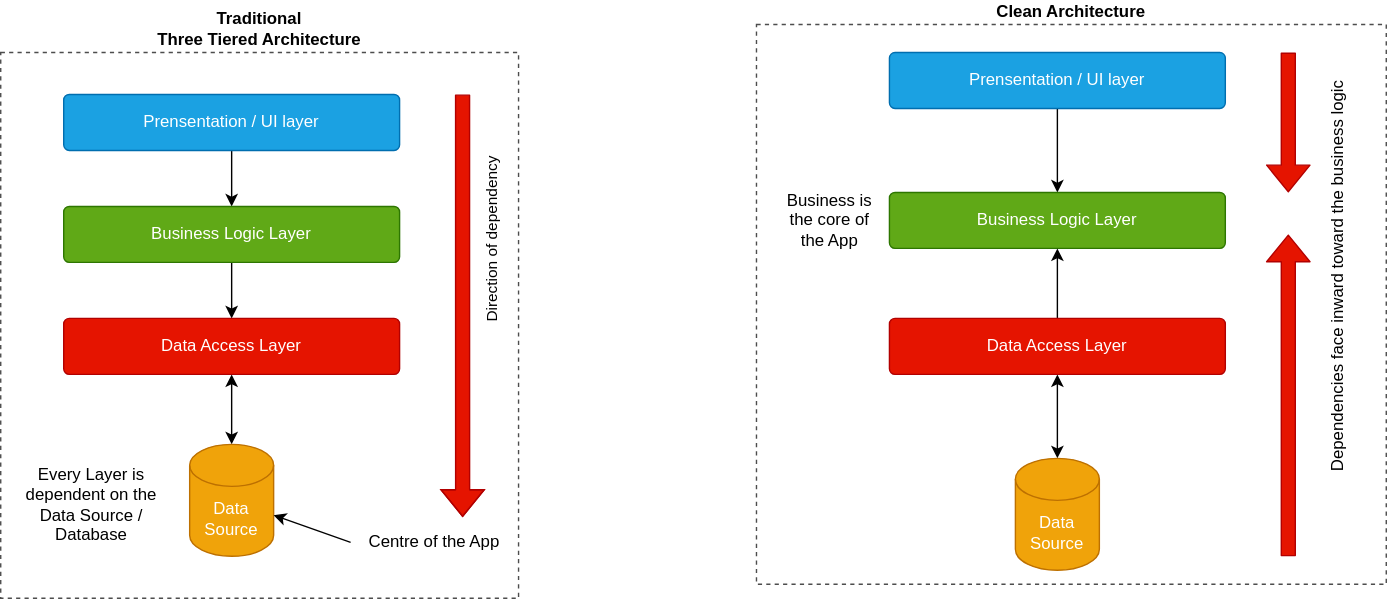
D-BowdreyR/ORRAS keeps this draw.io diagram as docs/technicaldocs/diagrams/Architecture/CleanArch_Narch_Comparision.drawio.svg. Above is the earlier version. Source tidied: cells renumbered, new cells last; positions are measured from the earlier drawing's top-left corner, leaving out a move shared by most shapes. The source it was exported from:
```xml
<mxGraphModel background="#ffffff">
  <root>
    <mxCell id="0" />
    <mxCell id="1" parent="0" />
    <mxCell id="2" value="Clean Architecture" style="rounded=0;whiteSpace=wrap;html=1;fillColor=none;strokeColor=#4D4D4D;dashed=1;fontColor=#000000;labelPosition=center;verticalLabelPosition=top;align=center;verticalAlign=bottom;fontStyle=1;" parent="1" vertex="1">
      <mxGeometry x="540" width="450" height="400" as="geometry" />
    </mxCell>
    <mxCell id="3" value="Traditional &lt;br&gt;Three Tiered Architecture" style="rounded=0;whiteSpace=wrap;html=1;fillColor=none;strokeColor=#4D4D4D;dashed=1;fontColor=#000000;labelPosition=center;verticalLabelPosition=top;align=center;verticalAlign=bottom;fontStyle=1;" parent="1" vertex="1">
      <mxGeometry y="20" width="370" height="390" as="geometry" />
    </mxCell>
    <mxCell id="4" style="edgeStyle=orthogonalEdgeStyle;rounded=0;jettySize=auto;html=1;strokeColor=#000000;fontColor=#000000;" parent="1" edge="1" source="5" target="7">
      <mxGeometry relative="1" as="geometry" />
    </mxCell>
    <mxCell id="5" value="Prensentation / UI layer" style="rounded=1;arcSize=10;whiteSpace=wrap;html=1;align=center;fillColor=#1ba1e2;strokeColor=#006EAF;fontColor=#ffffff;" parent="1" vertex="1">
      <mxGeometry x="45" y="50" width="240" height="40" as="geometry" />
    </mxCell>
    <mxCell id="6" style="edgeStyle=orthogonalEdgeStyle;rounded=0;jettySize=auto;html=1;strokeColor=#000000;fontColor=#000000;" parent="1" edge="1" source="7" target="9">
      <mxGeometry relative="1" as="geometry" />
    </mxCell>
    <mxCell id="7" value="Business Logic Layer" style="rounded=1;arcSize=10;whiteSpace=wrap;html=1;align=center;fillColor=#60a917;strokeColor=#2D7600;fontColor=#ffffff;" parent="1" vertex="1">
      <mxGeometry x="45" y="130" width="240" height="40" as="geometry" />
    </mxCell>
    <mxCell id="8" style="edgeStyle=orthogonalEdgeStyle;rounded=0;jettySize=auto;html=1;exitX=0.5;exitY=1;exitDx=0;exitDy=0;entryX=0.5;entryY=0;entryDx=0;entryDy=0;entryPerimeter=0;fontColor=#000000;strokeColor=#000000;startArrow=classic;startFill=1;" parent="1" edge="1" source="9" target="10">
      <mxGeometry relative="1" as="geometry" />
    </mxCell>
    <mxCell id="9" value="Data Access Layer" style="rounded=1;arcSize=10;whiteSpace=wrap;html=1;align=center;fillColor=#e51400;strokeColor=#B20000;fontColor=#ffffff;" parent="1" vertex="1">
      <mxGeometry x="45" y="210" width="240" height="40" as="geometry" />
    </mxCell>
    <mxCell id="10" value="Data Source" style="shape=cylinder3;whiteSpace=wrap;html=1;boundedLbl=1;backgroundOutline=1;size=15;strokeColor=#BD7000;fillColor=#f0a30a;fontColor=#ffffff;" parent="1" vertex="1">
      <mxGeometry x="135" y="300" width="60" height="80" as="geometry" />
    </mxCell>
    <mxCell id="11" style="shape=flexArrow;endArrow=classic;html=1;strokeColor=#B20000;fontColor=#000000;entryX=0.892;entryY=0.851;entryDx=0;entryDy=0;entryPerimeter=0;fillColor=#e51400;" parent="1" edge="1" target="3">
      <mxGeometry relative="1" as="geometry">
        <mxPoint x="330" y="50" as="sourcePoint" />
        <Array as="points">
          <mxPoint x="330" y="175" />
        </Array>
      </mxGeometry>
    </mxCell>
    <mxCell id="12" value="Direction of dependency" style="edgeLabel;html=1;align=center;verticalAlign=middle;fontColor=#000000;labelBackgroundColor=#ffffff;horizontal=0;" parent="11" vertex="1">
      <mxGeometry x="-0.29" y="-5" relative="1" as="geometry">
        <mxPoint x="25" y="-4" as="offset" />
      </mxGeometry>
    </mxCell>
    <mxCell id="13" value="Every Layer is dependent on the Data Source / Database" style="text;html=1;strokeColor=none;fillColor=none;align=center;verticalAlign=middle;whiteSpace=wrap;rounded=0;fontColor=#000000;" parent="1" vertex="1">
      <mxGeometry x="10" y="300" width="110" height="85" as="geometry" />
    </mxCell>
    <mxCell id="14" style="rounded=0;jettySize=auto;html=1;exitX=0;exitY=0.5;exitDx=0;exitDy=0;strokeColor=#000000;fillColor=#ffffff;fontColor=#000000;" parent="1" edge="1" source="15" target="10">
      <mxGeometry relative="1" as="geometry" />
    </mxCell>
    <mxCell id="15" value="Centre of the App" style="text;html=1;strokeColor=none;fillColor=none;align=center;verticalAlign=middle;whiteSpace=wrap;rounded=0;fontColor=#000000;" parent="1" vertex="1">
      <mxGeometry x="250" y="360" width="120" height="20" as="geometry" />
    </mxCell>
    <mxCell id="16" style="edgeStyle=orthogonalEdgeStyle;rounded=0;jettySize=auto;html=1;strokeColor=#000000;fontColor=#000000;" parent="1" edge="1" source="17" target="18">
      <mxGeometry relative="1" as="geometry" />
    </mxCell>
    <mxCell id="17" value="Prensentation / UI layer" style="rounded=1;arcSize=10;whiteSpace=wrap;html=1;align=center;fillColor=#1ba1e2;strokeColor=#006EAF;fontColor=#ffffff;" parent="1" vertex="1">
      <mxGeometry x="635" y="20" width="240" height="40" as="geometry" />
    </mxCell>
    <mxCell id="18" value="Business Logic Layer" style="rounded=1;arcSize=10;whiteSpace=wrap;html=1;align=center;fillColor=#60a917;strokeColor=#2D7600;fontColor=#ffffff;" parent="1" vertex="1">
      <mxGeometry x="635" y="120" width="240" height="40" as="geometry" />
    </mxCell>
    <mxCell id="19" style="edgeStyle=orthogonalEdgeStyle;rounded=0;jettySize=auto;html=1;exitX=0.5;exitY=1;exitDx=0;exitDy=0;entryX=0.5;entryY=0;entryDx=0;entryDy=0;entryPerimeter=0;fontColor=#000000;strokeColor=#000000;startArrow=classic;startFill=1;" parent="1" edge="1" source="21" target="22">
      <mxGeometry relative="1" as="geometry" />
    </mxCell>
    <mxCell id="20" style="edgeStyle=none;rounded=0;jettySize=auto;html=1;exitX=0.5;exitY=0;exitDx=0;exitDy=0;entryX=0.5;entryY=1;entryDx=0;entryDy=0;strokeColor=#000000;fillColor=#ffffff;fontColor=#000000;" parent="1" edge="1" source="21" target="18">
      <mxGeometry relative="1" as="geometry" />
    </mxCell>
    <mxCell id="21" value="Data Access Layer" style="rounded=1;arcSize=10;whiteSpace=wrap;html=1;align=center;fillColor=#e51400;strokeColor=#B20000;fontColor=#ffffff;" parent="1" vertex="1">
      <mxGeometry x="635" y="210" width="240" height="40" as="geometry" />
    </mxCell>
    <mxCell id="22" value="Data Source" style="shape=cylinder3;whiteSpace=wrap;html=1;boundedLbl=1;backgroundOutline=1;size=15;strokeColor=#BD7000;fillColor=#f0a30a;fontColor=#ffffff;" parent="1" vertex="1">
      <mxGeometry x="725" y="310" width="60" height="80" as="geometry" />
    </mxCell>
    <mxCell id="23" style="shape=flexArrow;endArrow=classic;html=1;strokeColor=#B20000;fillColor=#e51400;fontColor=#000000;" parent="1" edge="1">
      <mxGeometry relative="1" as="geometry">
        <mxPoint x="920" y="380" as="sourcePoint" />
        <mxPoint x="920" y="150" as="targetPoint" />
      </mxGeometry>
    </mxCell>
    <mxCell id="24" style="shape=flexArrow;endArrow=classic;html=1;strokeColor=#B20000;fillColor=#e51400;fontColor=#000000;" parent="1" edge="1">
      <mxGeometry relative="1" as="geometry">
        <mxPoint x="920" y="20" as="sourcePoint" />
        <mxPoint x="920" y="120" as="targetPoint" />
      </mxGeometry>
    </mxCell>
    <mxCell id="25" value="Business is the core of the App" style="text;html=1;strokeColor=none;fillColor=none;align=center;verticalAlign=middle;whiteSpace=wrap;rounded=0;labelBackgroundColor=#ffffff;fontColor=#000000;" parent="1" vertex="1">
      <mxGeometry x="560" y="110" width="65" height="60" as="geometry" />
    </mxCell>
    <mxCell id="26" value="Dependencies face inward toward the business logic" style="text;html=1;strokeColor=none;fillColor=none;align=center;verticalAlign=middle;whiteSpace=wrap;rounded=0;labelBackgroundColor=#ffffff;fontColor=#000000;rotation=-90;" parent="1" vertex="1">
      <mxGeometry x="780" y="160" width="351.9" height="40" as="geometry" />
    </mxCell>
  </root>
</mxGraphModel>
```
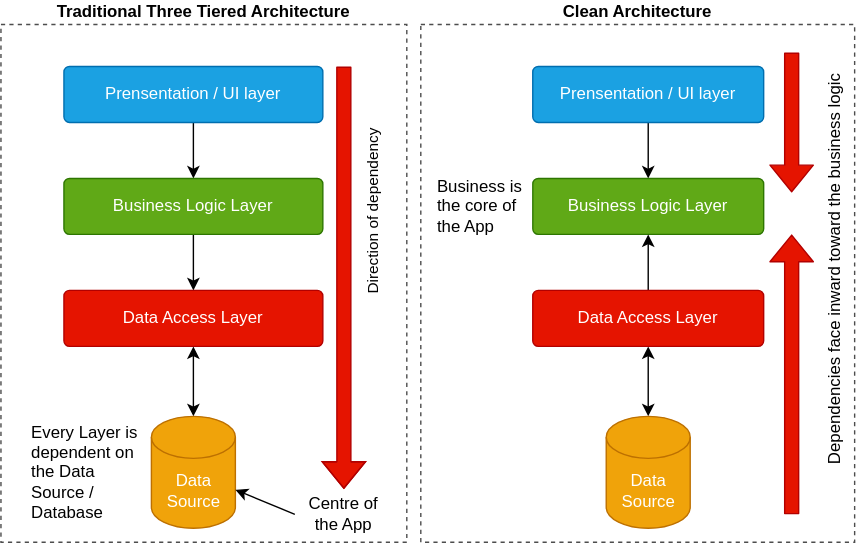
After the commit.

Commit message:
adjustments to layout of architecture diagrams

What changed in the source:
```diff
@@ -3,37 +3,38 @@
     <mxCell id="0" />
     <mxCell id="1" parent="0" />
     <mxCell id="2" value="Clean Architecture" style="rounded=0;whiteSpace=wrap;html=1;fillColor=none;strokeColor=#4D4D4D;dashed=1;fontColor=#000000;labelPosition=center;verticalLabelPosition=top;align=center;verticalAlign=bottom;fontStyle=1;" parent="1" vertex="1">
-      <mxGeometry x="540" width="450" height="400" as="geometry" />
+      <mxGeometry x="300" y="20" width="310" height="370" as="geometry" />
     </mxCell>
-    <mxCell id="3" value="Traditional &lt;br&gt;Three Tiered Architecture" style="rounded=0;whiteSpace=wrap;html=1;fillColor=none;strokeColor=#4D4D4D;dashed=1;fontColor=#000000;labelPosition=center;verticalLabelPosition=top;align=center;verticalAlign=bottom;fontStyle=1;" parent="1" vertex="1">
-      <mxGeometry y="20" width="370" height="390" as="geometry" />
+    <mxCell id="3" value="Traditional Three Tiered Architecture" style="rounded=0;whiteSpace=wrap;html=1;fillColor=none;strokeColor=#4D4D4D;dashed=1;fontColor=#000000;labelPosition=center;verticalLabelPosition=top;align=center;verticalAlign=bottom;fontStyle=1;" parent="1" vertex="1">
+      <mxGeometry y="20" width="290" height="370" as="geometry" />
     </mxCell>
     <mxCell id="4" style="edgeStyle=orthogonalEdgeStyle;rounded=0;jettySize=auto;html=1;strokeColor=#000000;fontColor=#000000;" parent="1" edge="1" source="5" target="7">
       <mxGeometry relative="1" as="geometry" />
     </mxCell>
     <mxCell id="5" value="Prensentation / UI layer" style="rounded=1;arcSize=10;whiteSpace=wrap;html=1;align=center;fillColor=#1ba1e2;strokeColor=#006EAF;fontColor=#ffffff;" parent="1" vertex="1">
-      <mxGeometry x="45" y="50" width="240" height="40" as="geometry" />
+      <mxGeometry x="45" y="50" width="185" height="40" as="geometry" />
     </mxCell>
     <mxCell id="6" style="edgeStyle=orthogonalEdgeStyle;rounded=0;jettySize=auto;html=1;strokeColor=#000000;fontColor=#000000;" parent="1" edge="1" source="7" target="9">
       <mxGeometry relative="1" as="geometry" />
     </mxCell>
     <mxCell id="7" value="Business Logic Layer" style="rounded=1;arcSize=10;whiteSpace=wrap;html=1;align=center;fillColor=#60a917;strokeColor=#2D7600;fontColor=#ffffff;" parent="1" vertex="1">
-      <mxGeometry x="45" y="130" width="240" height="40" as="geometry" />
+      <mxGeometry x="45" y="130" width="185" height="40" as="geometry" />
     </mxCell>
     <mxCell id="8" style="edgeStyle=orthogonalEdgeStyle;rounded=0;jettySize=auto;html=1;exitX=0.5;exitY=1;exitDx=0;exitDy=0;entryX=0.5;entryY=0;entryDx=0;entryDy=0;entryPerimeter=0;fontColor=#000000;strokeColor=#000000;startArrow=classic;startFill=1;" parent="1" edge="1" source="9" target="10">
       <mxGeometry relative="1" as="geometry" />
     </mxCell>
     <mxCell id="9" value="Data Access Layer" style="rounded=1;arcSize=10;whiteSpace=wrap;html=1;align=center;fillColor=#e51400;strokeColor=#B20000;fontColor=#ffffff;" parent="1" vertex="1">
-      <mxGeometry x="45" y="210" width="240" height="40" as="geometry" />
+      <mxGeometry x="45" y="210" width="185" height="40" as="geometry" />
     </mxCell>
     <mxCell id="10" value="Data Source" style="shape=cylinder3;whiteSpace=wrap;html=1;boundedLbl=1;backgroundOutline=1;size=15;strokeColor=#BD7000;fillColor=#f0a30a;fontColor=#ffffff;" parent="1" vertex="1">
-      <mxGeometry x="135" y="300" width="60" height="80" as="geometry" />
+      <mxGeometry x="107.5" y="300" width="60" height="80" as="geometry" />
     </mxCell>
-    <mxCell id="11" style="shape=flexArrow;endArrow=classic;html=1;strokeColor=#B20000;fontColor=#000000;entryX=0.892;entryY=0.851;entryDx=0;entryDy=0;entryPerimeter=0;fillColor=#e51400;" parent="1" edge="1" target="3">
+    <mxCell id="11" style="shape=flexArrow;endArrow=classic;html=1;strokeColor=#B20000;fontColor=#000000;entryX=0.892;entryY=0.851;entryDx=0;entryDy=0;entryPerimeter=0;fillColor=#e51400;" parent="1" edge="1">
       <mxGeometry relative="1" as="geometry">
-        <mxPoint x="330" y="50" as="sourcePoint" />
+        <mxPoint x="245" y="50" as="sourcePoint" />
+        <mxPoint x="245" y="351.9" as="targetPoint" />
         <Array as="points">
-          <mxPoint x="330" y="175" />
+          <mxPoint x="245" y="175" />
         </Array>
       </mxGeometry>
     </mxCell>
@@ -42,23 +43,23 @@
         <mxPoint x="25" y="-4" as="offset" />
       </mxGeometry>
     </mxCell>
-    <mxCell id="13" value="Every Layer is dependent on the Data Source / Database" style="text;html=1;strokeColor=none;fillColor=none;align=center;verticalAlign=middle;whiteSpace=wrap;rounded=0;fontColor=#000000;" parent="1" vertex="1">
-      <mxGeometry x="10" y="300" width="110" height="85" as="geometry" />
+    <mxCell id="13" value="Every Layer is dependent on the Data Source / Database" style="text;html=1;strokeColor=none;fillColor=none;align=left;verticalAlign=middle;whiteSpace=wrap;rounded=0;fontColor=#000000;" parent="1" vertex="1">
+      <mxGeometry x="20" y="300" width="80" height="80" as="geometry" />
     </mxCell>
-    <mxCell id="14" style="rounded=0;jettySize=auto;html=1;exitX=0;exitY=0.5;exitDx=0;exitDy=0;strokeColor=#000000;fillColor=#ffffff;fontColor=#000000;" parent="1" edge="1" source="15" target="10">
+    <mxCell id="14" style="rounded=0;jettySize=auto;html=1;exitX=0;exitY=0.5;exitDx=0;exitDy=0;strokeColor=#000000;fillColor=#ffffff;fontColor=#000000;entryX=1;entryY=0;entryDx=0;entryDy=52.5;entryPerimeter=0;" parent="1" edge="1" source="15" target="10">
       <mxGeometry relative="1" as="geometry" />
     </mxCell>
     <mxCell id="15" value="Centre of the App" style="text;html=1;strokeColor=none;fillColor=none;align=center;verticalAlign=middle;whiteSpace=wrap;rounded=0;fontColor=#000000;" parent="1" vertex="1">
-      <mxGeometry x="250" y="360" width="120" height="20" as="geometry" />
+      <mxGeometry x="210" y="360" width="70" height="20" as="geometry" />
     </mxCell>
     <mxCell id="16" style="edgeStyle=orthogonalEdgeStyle;rounded=0;jettySize=auto;html=1;strokeColor=#000000;fontColor=#000000;" parent="1" edge="1" source="17" target="18">
       <mxGeometry relative="1" as="geometry" />
     </mxCell>
     <mxCell id="17" value="Prensentation / UI layer" style="rounded=1;arcSize=10;whiteSpace=wrap;html=1;align=center;fillColor=#1ba1e2;strokeColor=#006EAF;fontColor=#ffffff;" parent="1" vertex="1">
-      <mxGeometry x="635" y="20" width="240" height="40" as="geometry" />
+      <mxGeometry x="380" y="50" width="165" height="40" as="geometry" />
     </mxCell>
     <mxCell id="18" value="Business Logic Layer" style="rounded=1;arcSize=10;whiteSpace=wrap;html=1;align=center;fillColor=#60a917;strokeColor=#2D7600;fontColor=#ffffff;" parent="1" vertex="1">
-      <mxGeometry x="635" y="120" width="240" height="40" as="geometry" />
+      <mxGeometry x="380" y="130" width="165" height="40" as="geometry" />
     </mxCell>
     <mxCell id="19" style="edgeStyle=orthogonalEdgeStyle;rounded=0;jettySize=auto;html=1;exitX=0.5;exitY=1;exitDx=0;exitDy=0;entryX=0.5;entryY=0;entryDx=0;entryDy=0;entryPerimeter=0;fontColor=#000000;strokeColor=#000000;startArrow=classic;startFill=1;" parent="1" edge="1" source="21" target="22">
       <mxGeometry relative="1" as="geometry" />
@@ -67,28 +68,28 @@
       <mxGeometry relative="1" as="geometry" />
     </mxCell>
     <mxCell id="21" value="Data Access Layer" style="rounded=1;arcSize=10;whiteSpace=wrap;html=1;align=center;fillColor=#e51400;strokeColor=#B20000;fontColor=#ffffff;" parent="1" vertex="1">
-      <mxGeometry x="635" y="210" width="240" height="40" as="geometry" />
+      <mxGeometry x="380" y="210" width="165" height="40" as="geometry" />
     </mxCell>
     <mxCell id="22" value="Data Source" style="shape=cylinder3;whiteSpace=wrap;html=1;boundedLbl=1;backgroundOutline=1;size=15;strokeColor=#BD7000;fillColor=#f0a30a;fontColor=#ffffff;" parent="1" vertex="1">
-      <mxGeometry x="725" y="310" width="60" height="80" as="geometry" />
+      <mxGeometry x="432.5" y="300" width="60" height="80" as="geometry" />
     </mxCell>
     <mxCell id="23" style="shape=flexArrow;endArrow=classic;html=1;strokeColor=#B20000;fillColor=#e51400;fontColor=#000000;" parent="1" edge="1">
       <mxGeometry relative="1" as="geometry">
-        <mxPoint x="920" y="380" as="sourcePoint" />
-        <mxPoint x="920" y="150" as="targetPoint" />
+        <mxPoint x="565" y="370" as="sourcePoint" />
+        <mxPoint x="565" y="170" as="targetPoint" />
       </mxGeometry>
     </mxCell>
     <mxCell id="24" style="shape=flexArrow;endArrow=classic;html=1;strokeColor=#B20000;fillColor=#e51400;fontColor=#000000;" parent="1" edge="1">
       <mxGeometry relative="1" as="geometry">
-        <mxPoint x="920" y="20" as="sourcePoint" />
-        <mxPoint x="920" y="120" as="targetPoint" />
+        <mxPoint x="565" y="40" as="sourcePoint" />
+        <mxPoint x="565" y="140" as="targetPoint" />
       </mxGeometry>
     </mxCell>
-    <mxCell id="25" value="Business is the core of the App" style="text;html=1;strokeColor=none;fillColor=none;align=center;verticalAlign=middle;whiteSpace=wrap;rounded=0;labelBackgroundColor=#ffffff;fontColor=#000000;" parent="1" vertex="1">
-      <mxGeometry x="560" y="110" width="65" height="60" as="geometry" />
+    <mxCell id="25" value="Business is the core of the App" style="text;html=1;strokeColor=none;fillColor=none;align=left;verticalAlign=middle;whiteSpace=wrap;rounded=0;labelBackgroundColor=#ffffff;fontColor=#000000;" parent="1" vertex="1">
+      <mxGeometry x="310" y="120" width="70" height="60" as="geometry" />
     </mxCell>
     <mxCell id="26" value="Dependencies face inward toward the business logic" style="text;html=1;strokeColor=none;fillColor=none;align=center;verticalAlign=middle;whiteSpace=wrap;rounded=0;labelBackgroundColor=#ffffff;fontColor=#000000;rotation=-90;" parent="1" vertex="1">
-      <mxGeometry x="780" y="160" width="351.9" height="40" as="geometry" />
+      <mxGeometry x="445" y="180" width="301.9" height="30" as="geometry" />
     </mxCell>
   </root>
 </mxGraphModel>
```
